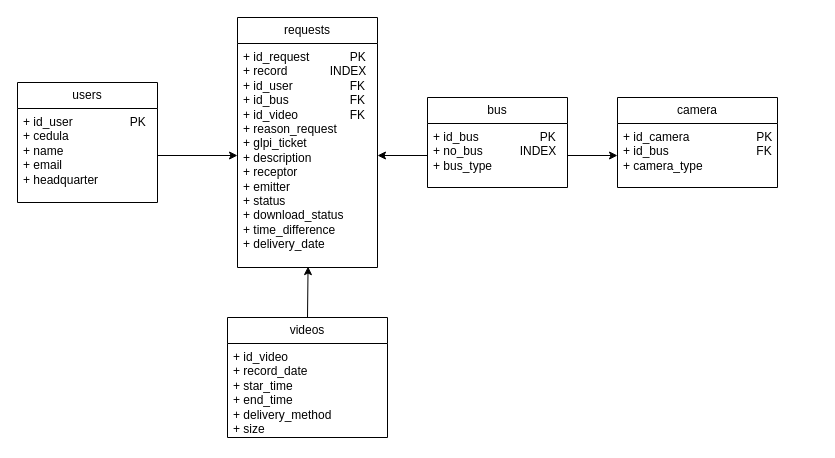
The draw.io diagram src/VideoGestionR.drawio in ZeB-ZuA/VideoGestion, before the edit. Source tidied: cells renumbered, new cells numbered last; positions are measured from the earlier drawing's top-left corner, leaving out a move shared by most shapes. Both pictures are drawn from the tidied source at 100%, with x=0, y=0 at pixel (17, 17).
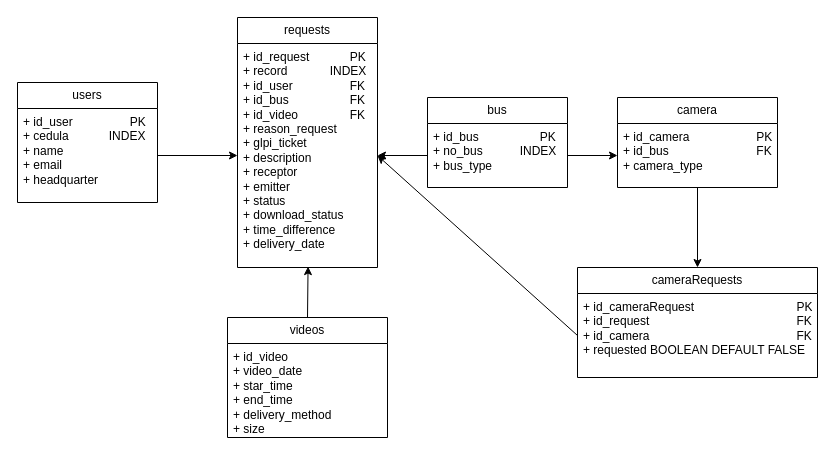
The same page after the edit.

The edit, as a diff of the source:
```diff
@@
 <mxGraphModel>
   <root>
     <mxCell id="0" />
     <mxCell id="1" parent="0" />
     <mxCell id="2" value="users" style="swimlane;fontStyle=0;horizontal=1;startSize=26;fillColor=none;whiteSpace=wrap;html=1;" parent="1" vertex="1">
       <mxGeometry y="65" width="140" height="120" as="geometry" />
     </mxCell>
-    <mxCell id="3" value="+ id_user&lt;span style=&quot;white-space: pre;&quot;&gt;&#9;&lt;/span&gt;&lt;span style=&quot;white-space: pre;&quot;&gt;&#9;&lt;/span&gt;&lt;span style=&quot;white-space: pre;&quot;&gt;&#9;&lt;/span&gt;PK&lt;div&gt;+ cedula&lt;/div&gt;&lt;div&gt;+ name&lt;/div&gt;&lt;div&gt;+ email&lt;/div&gt;&lt;div&gt;+ headquarter&lt;/div&gt;" style="text;strokeColor=none;fillColor=none;align=left;verticalAlign=top;spacingLeft=4;spacingRight=4;overflow=hidden;points=[[0,0.5],[1,0.5]];portConstraint=eastwest;whiteSpace=wrap;html=1;" parent="2" vertex="1">
+    <mxCell id="3" value="+ id_user&lt;span style=&quot;white-space: pre;&quot;&gt;&#9;&lt;/span&gt;&lt;span style=&quot;white-space: pre;&quot;&gt;&#9;&lt;/span&gt;&lt;span style=&quot;white-space: pre;&quot;&gt;&#9;&lt;/span&gt;PK&lt;div&gt;+ cedula&amp;nbsp; &amp;nbsp; &amp;nbsp; &amp;nbsp; &amp;nbsp; &amp;nbsp; INDEX&lt;/div&gt;&lt;div&gt;+ name&lt;/div&gt;&lt;div&gt;+ email&lt;/div&gt;&lt;div&gt;+ headquarter&lt;/div&gt;" style="text;strokeColor=none;fillColor=none;align=left;verticalAlign=top;spacingLeft=4;spacingRight=4;overflow=hidden;points=[[0,0.5],[1,0.5]];portConstraint=eastwest;whiteSpace=wrap;html=1;" parent="2" vertex="1">
       <mxGeometry y="26" width="140" height="94" as="geometry" />
     </mxCell>
     <mxCell id="4" value="requests" style="swimlane;fontStyle=0;horizontal=1;startSize=26;fillColor=none;whiteSpace=wrap;html=1;" parent="1" vertex="1">
       <mxGeometry x="220" width="140" height="250" as="geometry" />
     </mxCell>
     <mxCell id="5" value="+ id_request&lt;span style=&quot;white-space: pre;&quot;&gt;&#9;&lt;/span&gt;&lt;span style=&quot;white-space: pre;&quot;&gt;&#9;&lt;/span&gt;PK&lt;div&gt;+ record&lt;span style=&quot;white-space: pre;&quot;&gt;&#9;&lt;/span&gt;&lt;span style=&quot;white-space: pre;&quot;&gt;&#9;&lt;/span&gt;&amp;nbsp; INDEX&lt;/div&gt;&lt;div&gt;+ id_user&lt;span style=&quot;white-space: pre;&quot;&gt;&#9;&lt;/span&gt;&lt;span style=&quot;white-space: pre;&quot;&gt;&#9;&lt;span style=&quot;white-space: pre;&quot;&gt;&#9;&lt;/span&gt;&lt;/span&gt;FK&lt;/div&gt;&lt;div&gt;+ id_bus&lt;span style=&quot;white-space: pre;&quot;&gt;&#9;&lt;/span&gt;&lt;span style=&quot;white-space: pre;&quot;&gt;&#9;&lt;span style=&quot;white-space: pre;&quot;&gt;&#9;&lt;/span&gt;&lt;/span&gt;FK&lt;/div&gt;&lt;div&gt;+ id_video&lt;span style=&quot;white-space: pre;&quot;&gt;&#9;&lt;/span&gt;&lt;span style=&quot;white-space: pre;&quot;&gt;&#9;&lt;/span&gt;FK&lt;/div&gt;&lt;div&gt;+ reason_request&lt;/div&gt;&lt;div&gt;+ glpi_ticket&lt;/div&gt;&lt;div&gt;+ description&lt;/div&gt;&lt;div&gt;+&amp;nbsp;receptor&lt;/div&gt;&lt;div&gt;+&amp;nbsp;emitter&lt;/div&gt;&lt;div&gt;+ status&lt;/div&gt;&lt;div&gt;+ download_status&lt;/div&gt;&lt;div&gt;+ time_difference&lt;/div&gt;&lt;div&gt;+ delivery_date&lt;/div&gt;&lt;div&gt;&lt;br&gt;&lt;/div&gt;" style="text;strokeColor=none;fillColor=none;align=left;verticalAlign=top;spacingLeft=4;spacingRight=4;overflow=hidden;points=[[0,0.5],[1,0.5]];portConstraint=eastwest;whiteSpace=wrap;html=1;" parent="4" vertex="1">
       <mxGeometry y="26" width="140" height="224" as="geometry" />
     </mxCell>
     <mxCell id="6" value="bus" style="swimlane;fontStyle=0;horizontal=1;startSize=26;fillColor=none;whiteSpace=wrap;html=1;" parent="1" vertex="1">
       <mxGeometry x="410" y="80" width="140" height="90" as="geometry" />
     </mxCell>
     <mxCell id="7" value="+ id_bus&lt;span style=&quot;white-space: pre;&quot;&gt;&#9;&lt;/span&gt;&lt;span style=&quot;white-space: pre;&quot;&gt;&#9;&lt;/span&gt;&lt;span style=&quot;white-space: pre;&quot;&gt;&#9;&lt;/span&gt;PK&lt;div&gt;+ no_bus&lt;span style=&quot;white-space: pre;&quot;&gt;&#9;&lt;/span&gt;&lt;span style=&quot;white-space: pre;&quot;&gt;&#9;&lt;/span&gt;&amp;nbsp; INDEX&lt;/div&gt;&lt;div&gt;+ bus_type&lt;/div&gt;" style="text;strokeColor=none;fillColor=none;align=left;verticalAlign=top;spacingLeft=4;spacingRight=4;overflow=hidden;points=[[0,0.5],[1,0.5]];portConstraint=eastwest;whiteSpace=wrap;html=1;" parent="6" vertex="1">
       <mxGeometry y="26" width="140" height="64" as="geometry" />
     </mxCell>
     <mxCell id="8" value="camera" style="swimlane;fontStyle=0;horizontal=1;startSize=26;fillColor=none;whiteSpace=wrap;html=1;" parent="1" vertex="1">
       <mxGeometry x="600" y="80" width="160" height="90" as="geometry" />
     </mxCell>
     <mxCell id="9" value="+ id_camera&lt;span style=&quot;white-space: pre;&quot;&gt;&#9;&lt;/span&gt;&lt;span style=&quot;white-space: pre;&quot;&gt;&#9;&lt;/span&gt;&lt;span style=&quot;white-space: pre;&quot;&gt;&#9;&lt;/span&gt;PK&lt;div&gt;+ id_bus&lt;span style=&quot;white-space: pre;&quot;&gt;&#9;&lt;/span&gt;&lt;span style=&quot;white-space: pre;&quot;&gt;&#9;&lt;/span&gt;&lt;span style=&quot;white-space: pre;&quot;&gt;&#9;&lt;/span&gt;&lt;span style=&quot;white-space: pre;&quot;&gt;&#9;&lt;/span&gt;FK&lt;/div&gt;&lt;div&gt;+ camera_type&lt;/div&gt;" style="text;strokeColor=none;fillColor=none;align=left;verticalAlign=top;spacingLeft=4;spacingRight=4;overflow=hidden;points=[[0,0.5],[1,0.5]];portConstraint=eastwest;whiteSpace=wrap;html=1;" parent="8" vertex="1">
       <mxGeometry y="26" width="160" height="64" as="geometry" />
     </mxCell>
     <mxCell id="10" value="videos" style="swimlane;fontStyle=0;horizontal=1;startSize=26;fillColor=none;whiteSpace=wrap;html=1;" parent="1" vertex="1">
       <mxGeometry x="210" y="300" width="160" height="120" as="geometry" />
     </mxCell>
-    <mxCell id="11" value="+ id_video&lt;div&gt;+ record_date&lt;/div&gt;&lt;div&gt;+ star_time&lt;/div&gt;&lt;div&gt;+ end_time&lt;/div&gt;&lt;div&gt;+ delivery_method&lt;/div&gt;&lt;div&gt;+ size&lt;/div&gt;" style="text;strokeColor=none;fillColor=none;align=left;verticalAlign=top;spacingLeft=4;spacingRight=4;overflow=hidden;whiteSpace=wrap;html=1;" parent="10" vertex="1">
+    <mxCell id="11" value="+ id_video&lt;div&gt;+ video_date&lt;/div&gt;&lt;div&gt;+ star_time&lt;/div&gt;&lt;div&gt;+ end_time&lt;/div&gt;&lt;div&gt;+ delivery_method&lt;/div&gt;&lt;div&gt;+ size&lt;/div&gt;" style="text;strokeColor=none;fillColor=none;align=left;verticalAlign=top;spacingLeft=4;spacingRight=4;overflow=hidden;whiteSpace=wrap;html=1;" parent="10" vertex="1">
       <mxGeometry y="26" width="160" height="94" as="geometry" />
     </mxCell>
     <mxCell id="12" style="endArrow=classic;html=1;rounded=0;exitX=0;exitY=0.5;exitDx=0;exitDy=0;entryX=1;entryY=0.5;entryDx=0;entryDy=0;" parent="1" edge="1" source="7" target="5">
       <mxGeometry relative="1" as="geometry" />
     </mxCell>
     <mxCell id="13" style="endArrow=classic;html=1;rounded=0;exitX=1;exitY=0.5;exitDx=0;exitDy=0;entryX=0;entryY=0.5;entryDx=0;entryDy=0;" parent="1" edge="1" source="3" target="5">
       <mxGeometry relative="1" as="geometry" />
     </mxCell>
     <mxCell id="14" style="endArrow=classic;html=1;rounded=0;exitX=0.5;exitY=0;exitDx=0;exitDy=0;entryX=0.504;entryY=0.996;entryDx=0;entryDy=0;entryPerimeter=0;" parent="1" edge="1" source="10" target="5">
       <mxGeometry relative="1" as="geometry" />
     </mxCell>
     <mxCell id="15" style="endArrow=classic;html=1;rounded=0;entryX=0;entryY=0.5;entryDx=0;entryDy=0;exitX=1;exitY=0.5;exitDx=0;exitDy=0;" parent="1" edge="1" source="7" target="9">
       <mxGeometry relative="1" as="geometry" />
     </mxCell>
+    <mxCell id="16" value="cameraRequests" style="swimlane;fontStyle=0;horizontal=1;startSize=26;fillColor=none;whiteSpace=wrap;html=1;" parent="1" vertex="1">
+      <mxGeometry x="560" y="250" width="240" height="110" as="geometry" />
+    </mxCell>
+    <mxCell id="17" value="+ id_cameraRequest&lt;span style=&quot;white-space: pre;&quot;&gt;&#9;&lt;span style=&quot;white-space: pre;&quot;&gt;&#9;&lt;/span&gt;&lt;span style=&quot;white-space: pre;&quot;&gt;&#9;&lt;/span&gt;&lt;span style=&quot;white-space: pre;&quot;&gt;&#9;&lt;/span&gt;&lt;/span&gt;PK&lt;div&gt;+ id_request&lt;span style=&quot;white-space: pre;&quot;&gt;&#9;&lt;/span&gt;&lt;span style=&quot;white-space: pre;&quot;&gt;&#9;&lt;/span&gt;&lt;span style=&quot;white-space: pre;&quot;&gt;&#9;&lt;span style=&quot;white-space: pre;&quot;&gt;&#9;&lt;/span&gt;&lt;span style=&quot;white-space: pre;&quot;&gt;&#9;&lt;/span&gt;&lt;span style=&quot;white-space: pre;&quot;&gt;&#9;&lt;/span&gt;&lt;/span&gt;FK&lt;/div&gt;&lt;div&gt;+ id_camera&lt;span style=&quot;white-space: pre;&quot;&gt;&#9;&lt;/span&gt;&lt;span style=&quot;white-space: pre;&quot;&gt;&#9;&lt;/span&gt;&lt;span style=&quot;white-space: pre;&quot;&gt;&#9;&lt;span style=&quot;white-space: pre;&quot;&gt;&#9;&lt;/span&gt;&lt;span style=&quot;white-space: pre;&quot;&gt;&#9;&lt;/span&gt;&lt;span style=&quot;white-space: pre;&quot;&gt;&#9;&lt;/span&gt;&lt;/span&gt;FK&lt;br&gt;&lt;/div&gt;&lt;div&gt;+ requested &lt;span class=&quot;hljs-type&quot;&gt;BOOLEAN&amp;nbsp;&lt;/span&gt;&lt;span class=&quot;hljs-keyword&quot;&gt;DEFAULT&lt;/span&gt; &lt;span class=&quot;hljs-literal&quot;&gt;FALSE&lt;/span&gt;&lt;br&gt;&lt;/div&gt;" style="text;strokeColor=none;fillColor=none;align=left;verticalAlign=top;spacingLeft=4;spacingRight=4;overflow=hidden;points=[[0,0.5],[1,0.5]];portConstraint=eastwest;whiteSpace=wrap;html=1;" parent="16" vertex="1">
+      <mxGeometry y="26" width="240" height="84" as="geometry" />
+    </mxCell>
+    <mxCell id="18" style="endArrow=classic;html=1;rounded=0;entryX=0.5;entryY=0;entryDx=0;entryDy=0;exitX=0.5;exitY=1;exitDx=0;exitDy=0;exitPerimeter=0;" parent="1" edge="1" source="9" target="16">
+      <mxGeometry relative="1" as="geometry" />
+    </mxCell>
+    <mxCell id="19" style="endArrow=classic;html=1;rounded=0;entryX=1;entryY=0.5;entryDx=0;entryDy=0;exitX=0;exitY=0.5;exitDx=0;exitDy=0;" parent="1" edge="1" source="17" target="5">
+      <mxGeometry relative="1" as="geometry" />
+    </mxCell>
   </root>
 </mxGraphModel>
```
